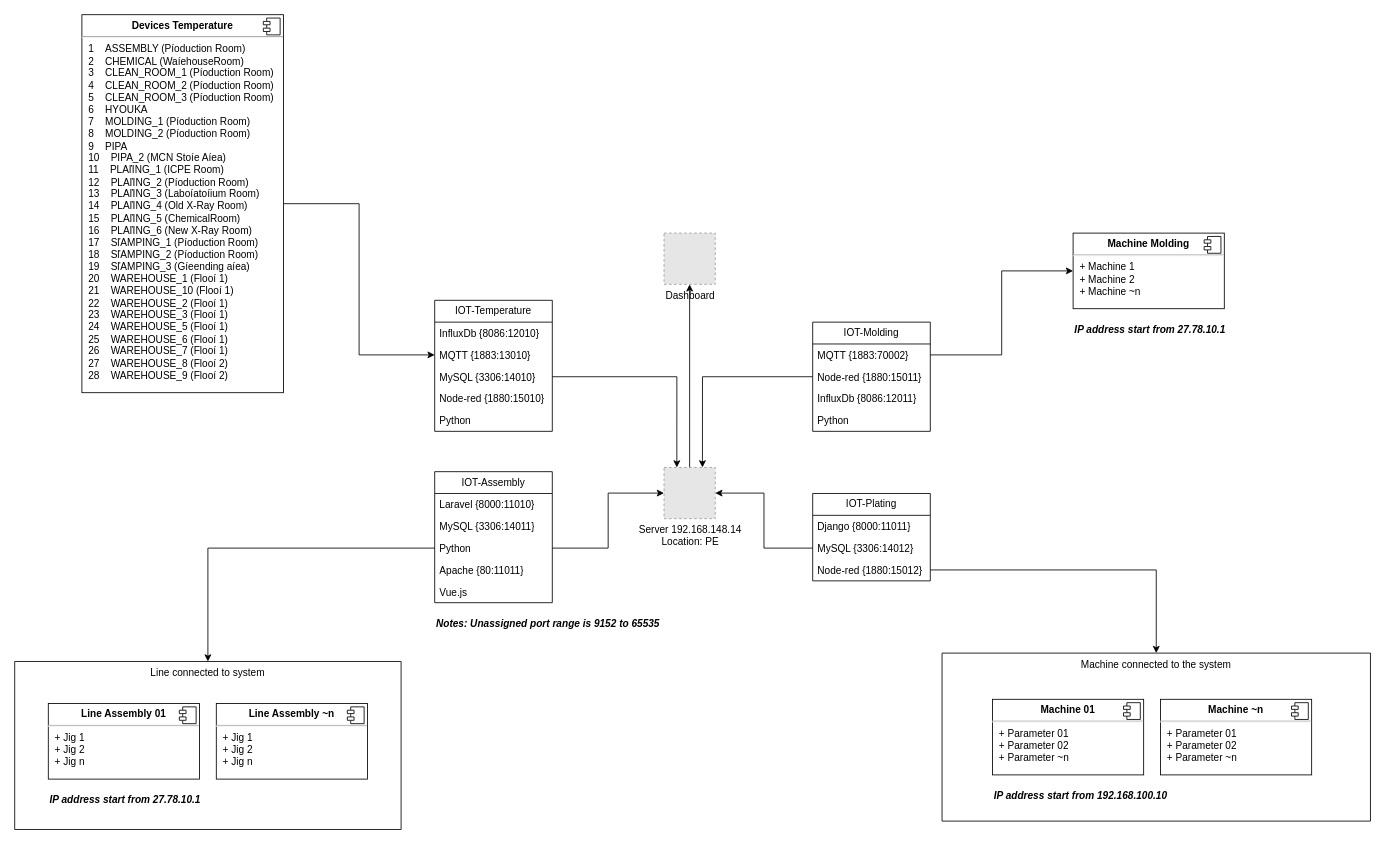
Earlier version of the draw.io diagram structure_iot_v2.drawio (arizmuajianisan/flowchart). Source tidied: cells renumbered, new cells numbered last; positions are measured from the earlier drawing's top-left corner, leaving out a move shared by most shapes. Both pictures are drawn from the tidied source at 84%, with x=0, y=0 at pixel (14, 14). Pictures stored in the file or linked from it are replaced by grey dashed boxes.
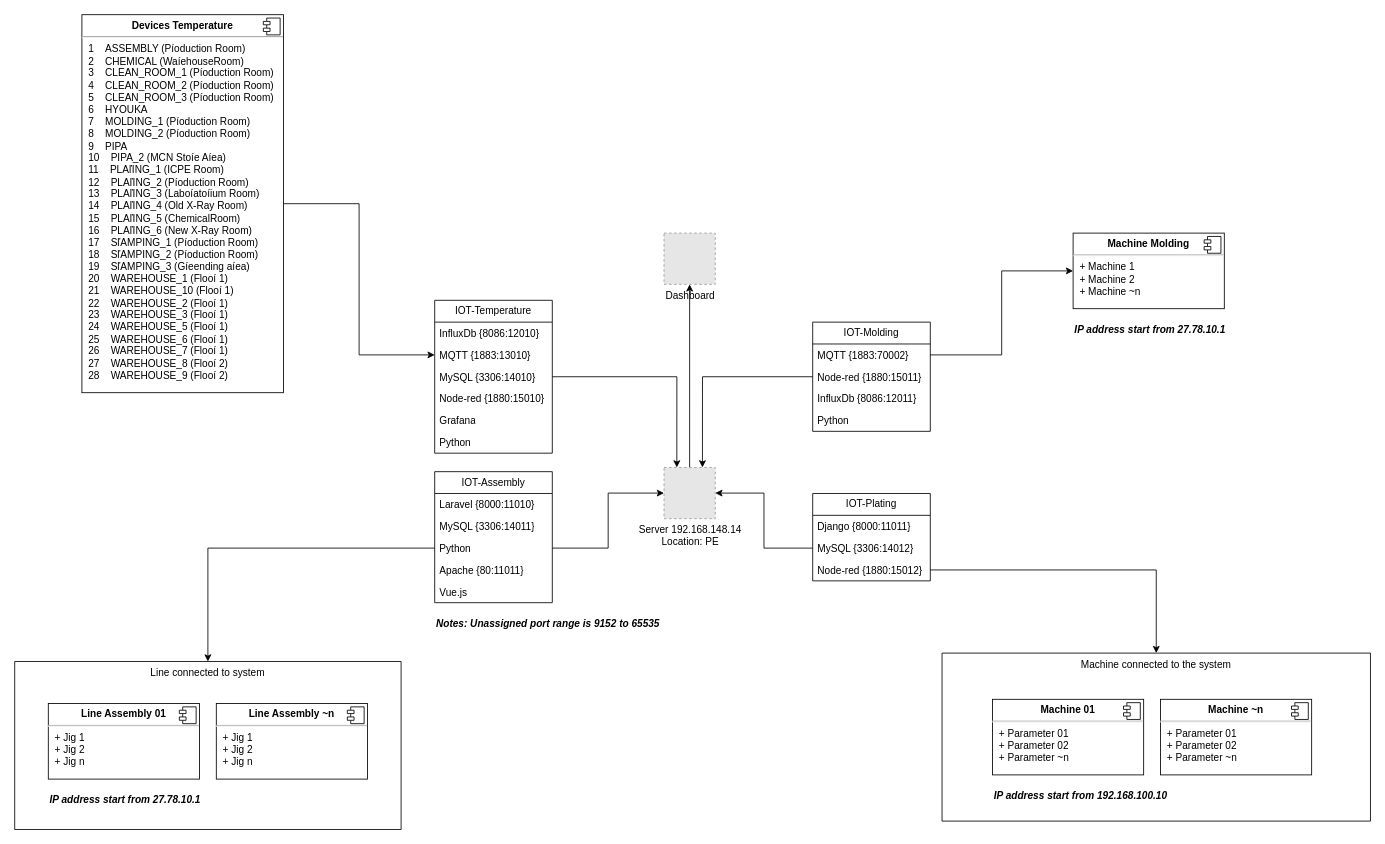
Above is the later version.

The edit, as a diff of the source:
```diff
@@
     <mxCell id="2" value="IOT-Temperature" style="swimlane;fontStyle=0;horizontal=1;startSize=26;fillColor=none;whiteSpace=wrap;html=1;" parent="1" vertex="1">
-      <mxGeometry x="500" y="340" width="140" height="156" as="geometry" />
+      <mxGeometry x="500" y="340" width="140" height="182" as="geometry" />
     </mxCell>
@@
-    <mxCell id="7" value="Python" style="text;strokeColor=none;fillColor=none;align=left;verticalAlign=top;spacingLeft=4;spacingRight=4;overflow=hidden;whiteSpace=wrap;html=1;" parent="2" vertex="1">
+    <mxCell id="7" value="Grafana" style="text;strokeColor=none;fillColor=none;align=left;verticalAlign=top;spacingLeft=4;spacingRight=4;overflow=hidden;whiteSpace=wrap;html=1;" parent="2" vertex="1">
       <mxGeometry y="130" width="140" height="26" as="geometry" />
     </mxCell>
+    <mxCell id="56" value="Python" style="text;strokeColor=none;fillColor=none;align=left;verticalAlign=top;spacingLeft=4;spacingRight=4;overflow=hidden;whiteSpace=wrap;html=1;" parent="2" vertex="1">
+      <mxGeometry y="156" width="140" height="26" as="geometry" />
+    </mxCell>
```
